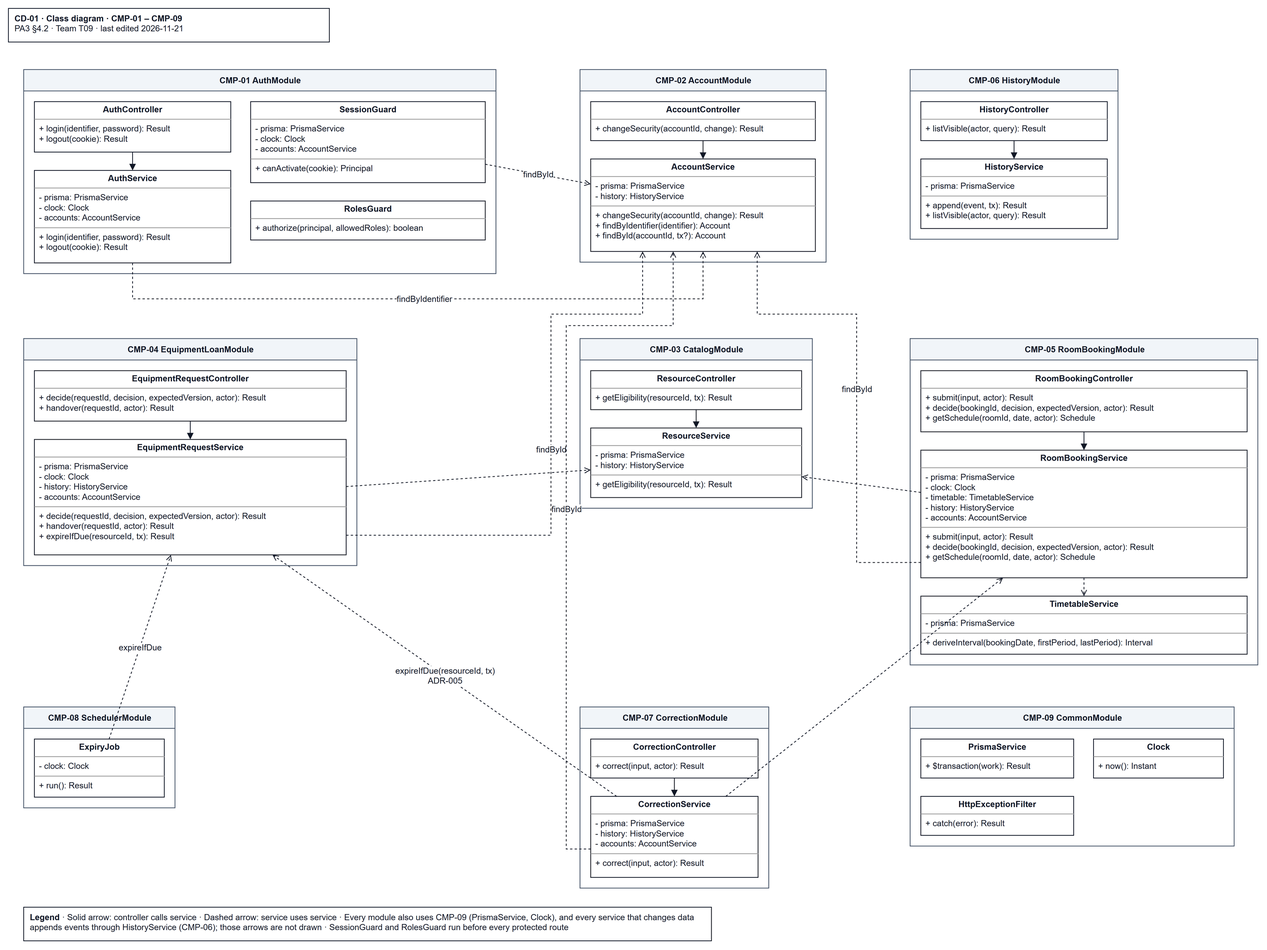
This is docs/design/diagrams/CD-01_component-classes.drawio.png from JuliaTrang/T09-CampusBorrow, a draw.io export, as it was before one commit. Source tidied: cells renumbered, new cells last; positions are measured from the earlier drawing's top-left corner, leaving out a move shared by most shapes.
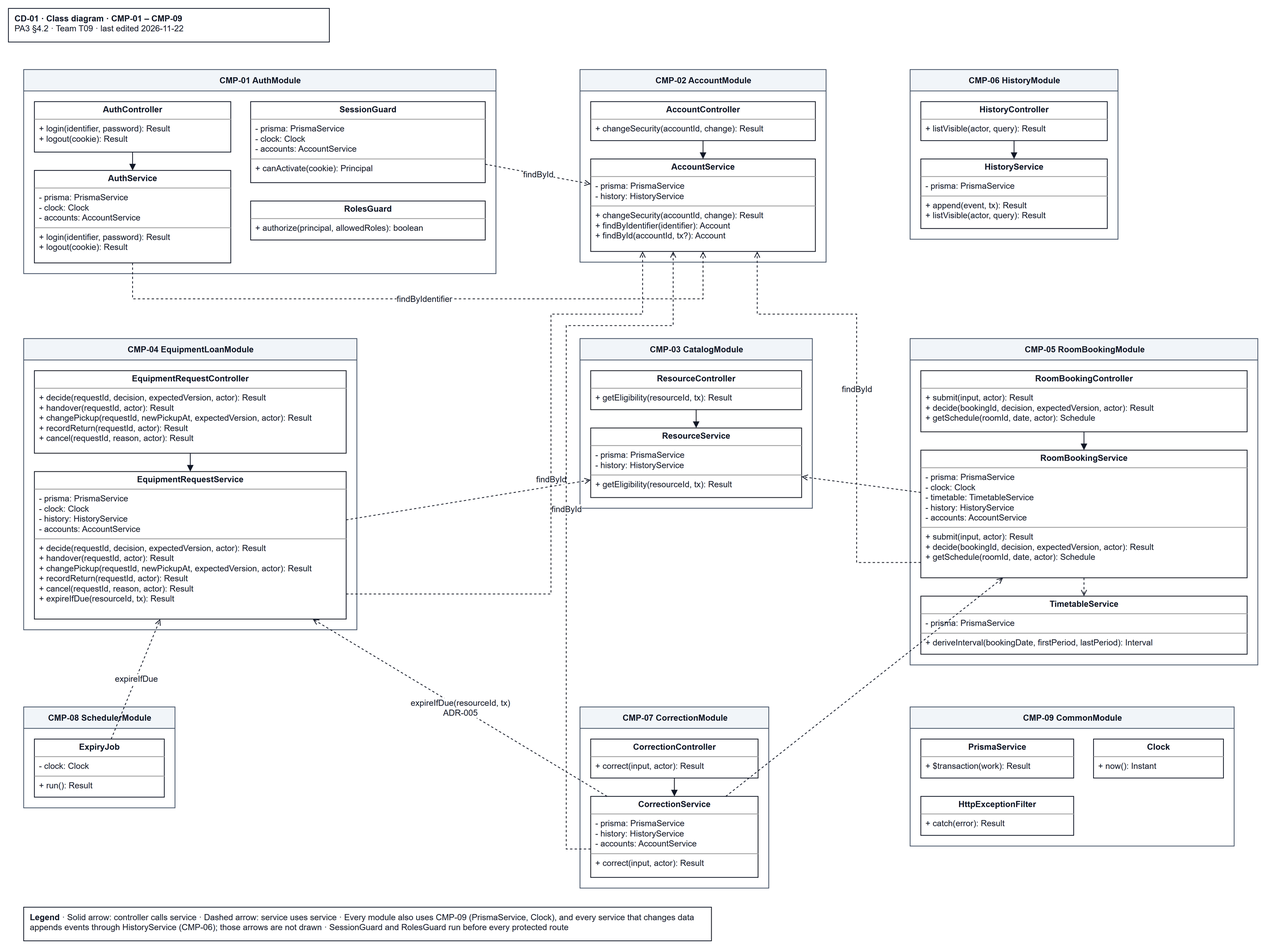
After the commit.

The edit, as a diff of the source:
```diff
@@ -2,7 +2,7 @@
   <root>
     <mxCell id="0" />
     <mxCell id="1" parent="0" />
-    <mxCell id="2" value="&lt;b&gt;CD-01 · Class diagram · CMP-01 – CMP-09&lt;/b&gt;&lt;br&gt;PA3 §4.2 · Team T09 · last edited 2026-11-21" style="rounded=0;whiteSpace=wrap;html=1;align=left;verticalAlign=top;spacingLeft=6;strokeColor=#111827;fillColor=#ffffff;fontFamily=Arial;fontSize=11;fontColor=#111827;" parent="1" vertex="1">
+    <mxCell id="2" value="&lt;b&gt;CD-01 · Class diagram · CMP-01 – CMP-09&lt;/b&gt;&lt;br&gt;PA3 §4.2 · Team T09 · last edited 2026-11-22" style="rounded=0;whiteSpace=wrap;html=1;align=left;verticalAlign=top;spacingLeft=6;strokeColor=#111827;fillColor=#ffffff;fontFamily=Arial;fontSize=11;fontColor=#111827;" parent="1" vertex="1">
       <mxGeometry width="420" height="44" as="geometry" />
     </mxCell>
     <mxCell id="3" value="CMP-01 AuthModule" style="swimlane;startSize=28;html=1;horizontal=1;fillColor=#f1f5f9;strokeColor=#475569;fontStyle=1;rounded=0;fontFamily=Arial;fontSize=11;fontColor=#111827;" parent="1" vertex="1">
@@ -39,13 +39,13 @@
       <mxGeometry x="14" y="117" width="244" height="91" as="geometry" />
     </mxCell>
     <mxCell id="14" value="CMP-04 EquipmentLoanModule" style="swimlane;startSize=28;html=1;horizontal=1;fillColor=#f1f5f9;strokeColor=#475569;fontStyle=1;rounded=0;fontFamily=Arial;fontSize=11;fontColor=#111827;" parent="1" vertex="1">
-      <mxGeometry x="20" y="432" width="436" height="297" as="geometry" />
+      <mxGeometry x="20" y="432" width="436" height="381" as="geometry" />
     </mxCell>
-    <mxCell id="15" value="&lt;p style=&quot;margin:0px;margin-top:4px;text-align:center;&quot;&gt;&lt;b&gt;EquipmentRequestController&lt;/b&gt;&lt;/p&gt;&lt;hr size=&quot;1&quot;/&gt;&lt;p style=&quot;margin:0px;margin-left:6px;&quot;&gt;+ decide(requestId, decision, expectedVersion, actor): Result&lt;br&gt;+ handover(requestId, actor): Result&lt;/p&gt;" style="verticalAlign=top;align=left;overflow=fill;html=1;whiteSpace=wrap;rounded=0;strokeColor=#111827;fillColor=#ffffff;fontFamily=Arial;fontSize=11;fontColor=#111827;" parent="14" vertex="1">
-      <mxGeometry x="14" y="42" width="408" height="66" as="geometry" />
+    <mxCell id="15" value="&lt;p style=&quot;margin:0px;margin-top:4px;text-align:center;&quot;&gt;&lt;b&gt;EquipmentRequestController&lt;/b&gt;&lt;/p&gt;&lt;hr size=&quot;1&quot;/&gt;&lt;p style=&quot;margin:0px;margin-left:6px;&quot;&gt;+ decide(requestId, decision, expectedVersion, actor): Result&lt;br&gt;+ handover(requestId, actor): Result&lt;br&gt;+ changePickup(requestId, newPickupAt, expectedVersion, actor): Result&lt;br&gt;+ recordReturn(requestId, actor): Result&lt;br&gt;+ cancel(requestId, reason, actor): Result&lt;/p&gt;" style="verticalAlign=top;align=left;overflow=fill;html=1;whiteSpace=wrap;rounded=0;strokeColor=#111827;fillColor=#ffffff;fontFamily=Arial;fontSize=11;fontColor=#111827;" parent="14" vertex="1">
+      <mxGeometry x="14" y="42" width="408" height="108" as="geometry" />
     </mxCell>
-    <mxCell id="16" value="&lt;p style=&quot;margin:0px;margin-top:4px;text-align:center;&quot;&gt;&lt;b&gt;EquipmentRequestService&lt;/b&gt;&lt;/p&gt;&lt;hr size=&quot;1&quot;/&gt;&lt;p style=&quot;margin:0px;margin-left:6px;&quot;&gt;- prisma: PrismaService&lt;br&gt;- clock: Clock&lt;br&gt;- history: HistoryService&lt;br&gt;- accounts: AccountService&lt;/p&gt;&lt;hr size=&quot;1&quot;/&gt;&lt;p style=&quot;margin:0px;margin-left:6px;&quot;&gt;+ decide(requestId, decision, expectedVersion, actor): Result&lt;br&gt;+ handover(requestId, actor): Result&lt;br&gt;+ expireIfDue(resourceId, tx): Result&lt;/p&gt;" style="verticalAlign=top;align=left;overflow=fill;html=1;whiteSpace=wrap;rounded=0;strokeColor=#111827;fillColor=#ffffff;fontFamily=Arial;fontSize=11;fontColor=#111827;" parent="14" vertex="1">
-      <mxGeometry x="14" y="132" width="408" height="151" as="geometry" />
+    <mxCell id="16" value="&lt;p style=&quot;margin:0px;margin-top:4px;text-align:center;&quot;&gt;&lt;b&gt;EquipmentRequestService&lt;/b&gt;&lt;/p&gt;&lt;hr size=&quot;1&quot;/&gt;&lt;p style=&quot;margin:0px;margin-left:6px;&quot;&gt;- prisma: PrismaService&lt;br&gt;- clock: Clock&lt;br&gt;- history: HistoryService&lt;br&gt;- accounts: AccountService&lt;/p&gt;&lt;hr size=&quot;1&quot;/&gt;&lt;p style=&quot;margin:0px;margin-left:6px;&quot;&gt;+ decide(requestId, decision, expectedVersion, actor): Result&lt;br&gt;+ handover(requestId, actor): Result&lt;br&gt;+ changePickup(requestId, newPickupAt, expectedVersion, actor): Result&lt;br&gt;+ recordReturn(requestId, actor): Result&lt;br&gt;+ cancel(requestId, reason, actor): Result&lt;br&gt;+ expireIfDue(resourceId, tx): Result&lt;/p&gt;" style="verticalAlign=top;align=left;overflow=fill;html=1;whiteSpace=wrap;rounded=0;strokeColor=#111827;fillColor=#ffffff;fontFamily=Arial;fontSize=11;fontColor=#111827;" parent="14" vertex="1">
+      <mxGeometry x="14" y="174" width="408" height="193" as="geometry" />
     </mxCell>
     <mxCell id="17" value="CMP-03 CatalogModule" style="swimlane;startSize=28;html=1;horizontal=1;fillColor=#f1f5f9;strokeColor=#475569;fontStyle=1;rounded=0;fontFamily=Arial;fontSize=11;fontColor=#111827;" parent="1" vertex="1">
       <mxGeometry x="748" y="432" width="304" height="222" as="geometry" />
@@ -151,7 +151,7 @@
     <mxCell id="49" value="findById" style="rounded=0;html=1;endArrow=open;endFill=0;dashed=1;strokeColor=#111827;fontFamily=Arial;fontSize=11;fontColor=#111827;edgeStyle=orthogonalEdgeStyle;exitX=1;exitY=0.83;entryX=0.231;entryY=1;" parent="1" edge="1" source="16" target="10">
       <mxGeometry relative="1" as="geometry">
         <Array as="points">
-          <mxPoint x="710" y="690" />
+          <mxPoint x="710" y="766" />
           <mxPoint x="710" y="400" />
           <mxPoint x="830" y="400" />
         </Array>
```
